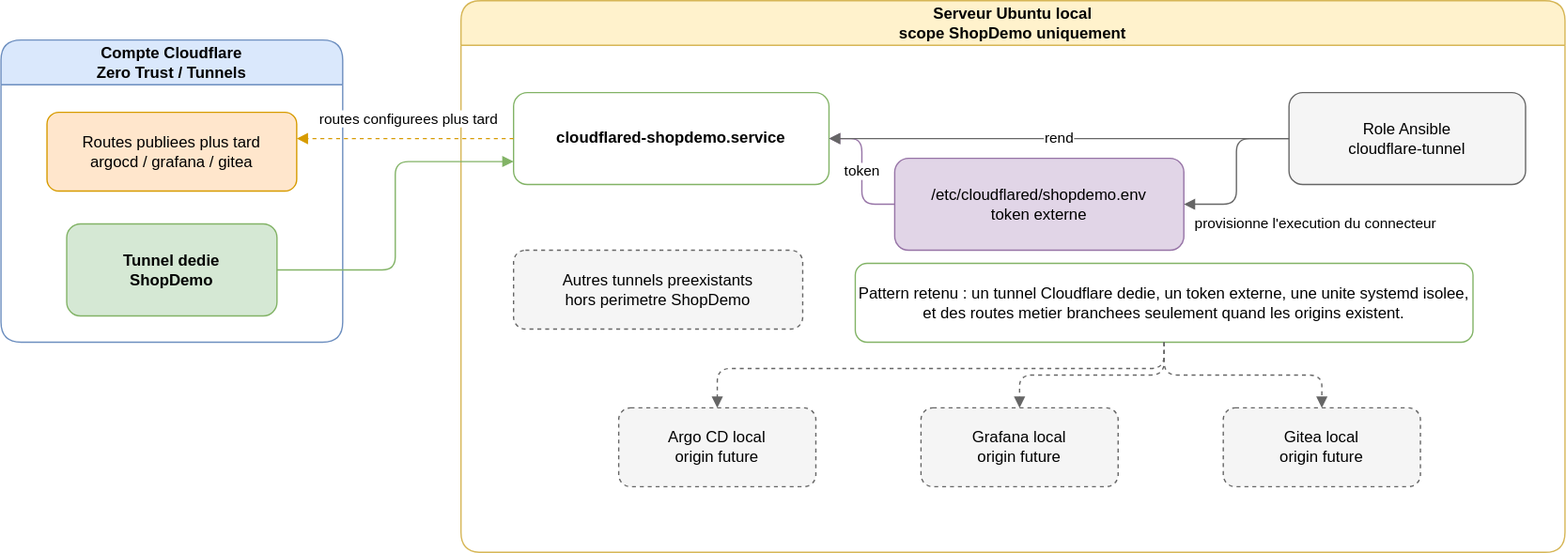
This is docs/diagrams/cloudflare-tunnels-local.svg from ClementV78/shop-demo, a draw.io export, as it was before one commit. Source tidied: cells renumbered, new cells last; positions are measured from the earlier drawing's top-left corner, leaving out a move shared by most shapes. Its diagram source:
```xml
<mxGraphModel>
  <root>
    <mxCell id="0" />
    <mxCell id="1" parent="0" />
    <mxCell id="2" value="Compte Cloudflare&#10;Zero Trust / Tunnels" style="swimlane;html=1;rounded=1;whiteSpace=wrap;fillColor=#dae8fc;strokeColor=#6c8ebf;fontStyle=1;startSize=34;" parent="1" vertex="1">
      <mxGeometry y="30" width="260" height="230" as="geometry" />
    </mxCell>
    <mxCell id="3" value="Tunnel dedie&#10;ShopDemo" style="rounded=1;whiteSpace=wrap;html=1;fillColor=#d5e8d4;strokeColor=#82b366;fontStyle=1;" parent="2" vertex="1">
      <mxGeometry x="50" y="140" width="160" height="70" as="geometry" />
    </mxCell>
    <mxCell id="4" value="Routes publiees plus tard&#10;argocd / grafana / gitea" style="rounded=1;whiteSpace=wrap;html=1;fillColor=#ffe6cc;strokeColor=#d79b00;" parent="2" vertex="1">
      <mxGeometry x="35" y="55" width="190" height="60" as="geometry" />
    </mxCell>
    <mxCell id="5" value="Serveur Ubuntu local&#10;scope ShopDemo uniquement" style="swimlane;html=1;rounded=1;whiteSpace=wrap;fillColor=#fff2cc;strokeColor=#d6b656;fontStyle=1;startSize=34;" parent="1" vertex="1">
      <mxGeometry x="350" width="840" height="420" as="geometry" />
    </mxCell>
    <mxCell id="6" value="cloudflared-shopdemo.service" style="rounded=1;whiteSpace=wrap;html=1;fillColor=#ffffff;strokeColor=#82b366;fontStyle=1;" parent="5" vertex="1">
      <mxGeometry x="40" y="70" width="240" height="70" as="geometry" />
    </mxCell>
    <mxCell id="7" value="/etc/cloudflared/shopdemo.env&#10;token externe" style="rounded=1;whiteSpace=wrap;html=1;fillColor=#e1d5e7;strokeColor=#9673a6;" parent="5" vertex="1">
      <mxGeometry x="330" y="120" width="220" height="70" as="geometry" />
    </mxCell>
    <mxCell id="8" value="Role Ansible&#10;cloudflare-tunnel" style="rounded=1;whiteSpace=wrap;html=1;fillColor=#f5f5f5;strokeColor=#666666;" parent="5" vertex="1">
      <mxGeometry x="630" y="70" width="180" height="70" as="geometry" />
    </mxCell>
    <mxCell id="9" value="Autres tunnels preexistants&#10;hors perimetre ShopDemo" style="rounded=1;whiteSpace=wrap;html=1;fillColor=#f5f5f5;strokeColor=#666666;dashed=1;" parent="5" vertex="1">
      <mxGeometry x="40" y="190" width="220" height="60" as="geometry" />
    </mxCell>
    <mxCell id="10" value="Argo CD local&#10;origin future" style="rounded=1;whiteSpace=wrap;html=1;fillColor=#f5f5f5;strokeColor=#666666;dashed=1;" parent="5" vertex="1">
      <mxGeometry x="120" y="310" width="150" height="60" as="geometry" />
    </mxCell>
    <mxCell id="11" value="Grafana local&#10;origin future" style="rounded=1;whiteSpace=wrap;html=1;fillColor=#f5f5f5;strokeColor=#666666;dashed=1;" parent="5" vertex="1">
      <mxGeometry x="350" y="310" width="150" height="60" as="geometry" />
    </mxCell>
    <mxCell id="12" value="Gitea local&#10;origin future" style="rounded=1;whiteSpace=wrap;html=1;fillColor=#f5f5f5;strokeColor=#666666;dashed=1;" parent="5" vertex="1">
      <mxGeometry x="580" y="310" width="150" height="60" as="geometry" />
    </mxCell>
    <mxCell id="13" value="Pattern retenu : un tunnel Cloudflare dedie, un token externe, une unite systemd isolee, et des routes metier branchees seulement quand les origins existent." style="rounded=1;whiteSpace=wrap;html=1;fillColor=#ffffff;strokeColor=#82b366;" parent="5" vertex="1">
      <mxGeometry x="300" y="200" width="470" height="60" as="geometry" />
    </mxCell>
    <mxCell id="14" value="token" style="edgeStyle=orthogonalEdgeStyle;rounded=1;jettySize=auto;html=1;labelBackgroundColor=#ffffff;strokeColor=#9673a6;endArrow=block;endFill=1;" parent="5" edge="1" source="7" target="6">
      <mxGeometry relative="1" as="geometry" />
    </mxCell>
    <mxCell id="15" value="rend" style="edgeStyle=orthogonalEdgeStyle;rounded=1;jettySize=auto;html=1;labelBackgroundColor=#ffffff;strokeColor=#666666;endArrow=block;endFill=1;" parent="5" edge="1" source="8" target="6">
      <mxGeometry relative="1" as="geometry" />
    </mxCell>
    <mxCell id="16" value="provisionne l'execution du connecteur" style="edgeStyle=orthogonalEdgeStyle;rounded=1;jettySize=auto;html=1;labelBackgroundColor=#ffffff;strokeColor=#666666;endArrow=block;endFill=1;" parent="5" edge="1" source="8" target="7">
      <mxGeometry x="0.38" y="62" relative="1" as="geometry">
        <mxPoint x="60" y="-47" as="offset" />
      </mxGeometry>
    </mxCell>
    <mxCell id="17" style="edgeStyle=orthogonalEdgeStyle;rounded=1;jettySize=auto;html=1;dashed=1;strokeColor=#666666;endArrow=block;endFill=1;exitX=0.5;exitY=1;exitDx=0;exitDy=0;" parent="5" edge="1" source="13" target="10">
      <mxGeometry relative="1" as="geometry">
        <Array as="points">
          <mxPoint x="535" y="280" />
          <mxPoint x="195" y="280" />
        </Array>
      </mxGeometry>
    </mxCell>
    <mxCell id="18" style="edgeStyle=orthogonalEdgeStyle;rounded=1;jettySize=auto;html=1;dashed=1;strokeColor=#666666;endArrow=block;endFill=1;" parent="5" edge="1" source="13" target="11">
      <mxGeometry relative="1" as="geometry" />
    </mxCell>
    <mxCell id="19" style="edgeStyle=orthogonalEdgeStyle;rounded=1;jettySize=auto;html=1;dashed=1;strokeColor=#666666;endArrow=block;endFill=1;" parent="5" edge="1" source="13" target="12">
      <mxGeometry relative="1" as="geometry" />
    </mxCell>
    <mxCell id="20" style="edgeStyle=orthogonalEdgeStyle;rounded=1;jettySize=auto;html=1;labelBackgroundColor=#ffffff;strokeColor=#82b366;endArrow=block;endFill=1;entryX=0;entryY=0.75;entryDx=0;entryDy=0;" parent="1" edge="1" source="3" target="6">
      <mxGeometry relative="1" as="geometry" />
    </mxCell>
    <mxCell id="21" value="routes configurees plus tard" style="edgeStyle=orthogonalEdgeStyle;rounded=1;jettySize=auto;html=1;labelBackgroundColor=#ffffff;strokeColor=#d79b00;dashed=1;endArrow=block;endFill=1;" parent="1" edge="1" source="6" target="4">
      <mxGeometry x="-0.03" y="-15" relative="1" as="geometry">
        <Array as="points">
          <mxPoint x="130" y="100" />
        </Array>
      </mxGeometry>
    </mxCell>
  </root>
</mxGraphModel>
```
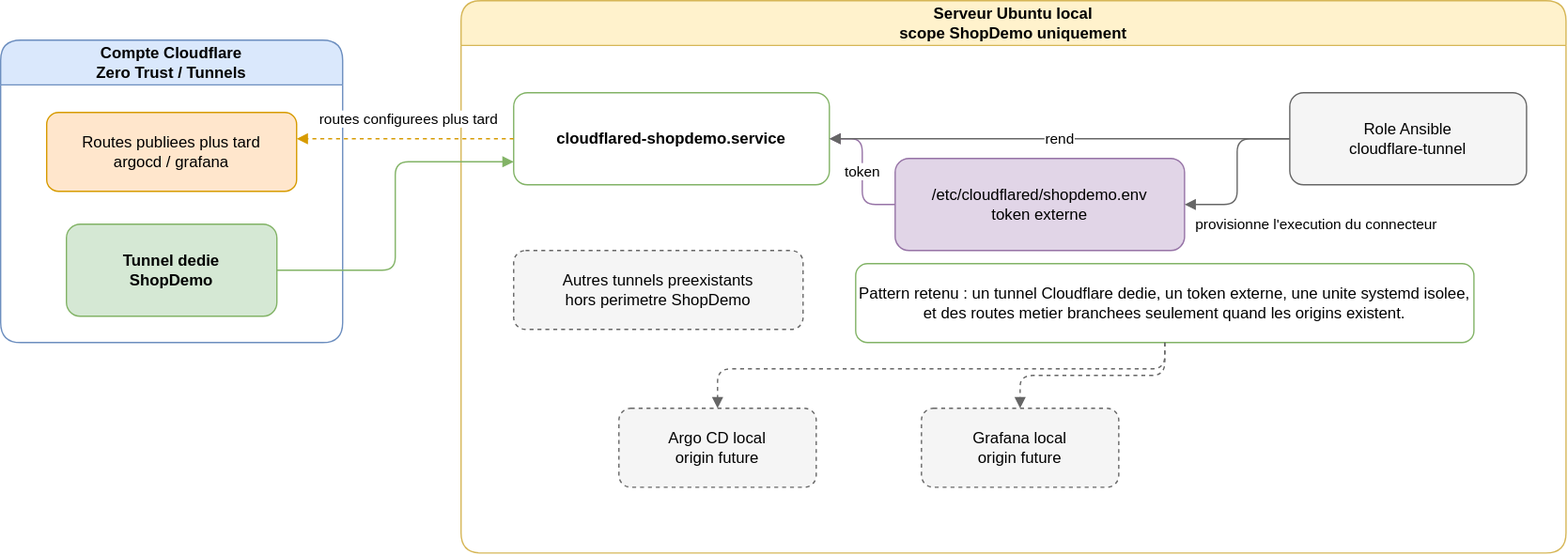
After the commit.

Change to the diagram source:
```diff
@@ -8,7 +8,7 @@
     <mxCell id="3" value="Tunnel dedie&#10;ShopDemo" style="rounded=1;whiteSpace=wrap;html=1;fillColor=#d5e8d4;strokeColor=#82b366;fontStyle=1;" parent="2" vertex="1">
       <mxGeometry x="50" y="140" width="160" height="70" as="geometry" />
     </mxCell>
-    <mxCell id="4" value="Routes publiees plus tard&#10;argocd / grafana / gitea" style="rounded=1;whiteSpace=wrap;html=1;fillColor=#ffe6cc;strokeColor=#d79b00;" parent="2" vertex="1">
+    <mxCell id="4" value="Routes publiees plus tard&#10;argocd / grafana" style="rounded=1;whiteSpace=wrap;html=1;fillColor=#ffe6cc;strokeColor=#d79b00;" parent="2" vertex="1">
       <mxGeometry x="35" y="55" width="190" height="60" as="geometry" />
     </mxCell>
     <mxCell id="5" value="Serveur Ubuntu local&#10;scope ShopDemo uniquement" style="swimlane;html=1;rounded=1;whiteSpace=wrap;fillColor=#fff2cc;strokeColor=#d6b656;fontStyle=1;startSize=34;" parent="1" vertex="1">
@@ -32,9 +32,6 @@
     <mxCell id="11" value="Grafana local&#10;origin future" style="rounded=1;whiteSpace=wrap;html=1;fillColor=#f5f5f5;strokeColor=#666666;dashed=1;" parent="5" vertex="1">
       <mxGeometry x="350" y="310" width="150" height="60" as="geometry" />
     </mxCell>
-    <mxCell id="12" value="Gitea local&#10;origin future" style="rounded=1;whiteSpace=wrap;html=1;fillColor=#f5f5f5;strokeColor=#666666;dashed=1;" parent="5" vertex="1">
-      <mxGeometry x="580" y="310" width="150" height="60" as="geometry" />
-    </mxCell>
     <mxCell id="13" value="Pattern retenu : un tunnel Cloudflare dedie, un token externe, une unite systemd isolee, et des routes metier branchees seulement quand les origins existent." style="rounded=1;whiteSpace=wrap;html=1;fillColor=#ffffff;strokeColor=#82b366;" parent="5" vertex="1">
       <mxGeometry x="300" y="200" width="470" height="60" as="geometry" />
     </mxCell>
@@ -60,9 +57,6 @@
     <mxCell id="18" style="edgeStyle=orthogonalEdgeStyle;rounded=1;jettySize=auto;html=1;dashed=1;strokeColor=#666666;endArrow=block;endFill=1;" parent="5" edge="1" source="13" target="11">
       <mxGeometry relative="1" as="geometry" />
     </mxCell>
-    <mxCell id="19" style="edgeStyle=orthogonalEdgeStyle;rounded=1;jettySize=auto;html=1;dashed=1;strokeColor=#666666;endArrow=block;endFill=1;" parent="5" edge="1" source="13" target="12">
-      <mxGeometry relative="1" as="geometry" />
-    </mxCell>
     <mxCell id="20" style="edgeStyle=orthogonalEdgeStyle;rounded=1;jettySize=auto;html=1;labelBackgroundColor=#ffffff;strokeColor=#82b366;endArrow=block;endFill=1;entryX=0;entryY=0.75;entryDx=0;entryDy=0;" parent="1" edge="1" source="3" target="6">
       <mxGeometry relative="1" as="geometry" />
     </mxCell>
```
